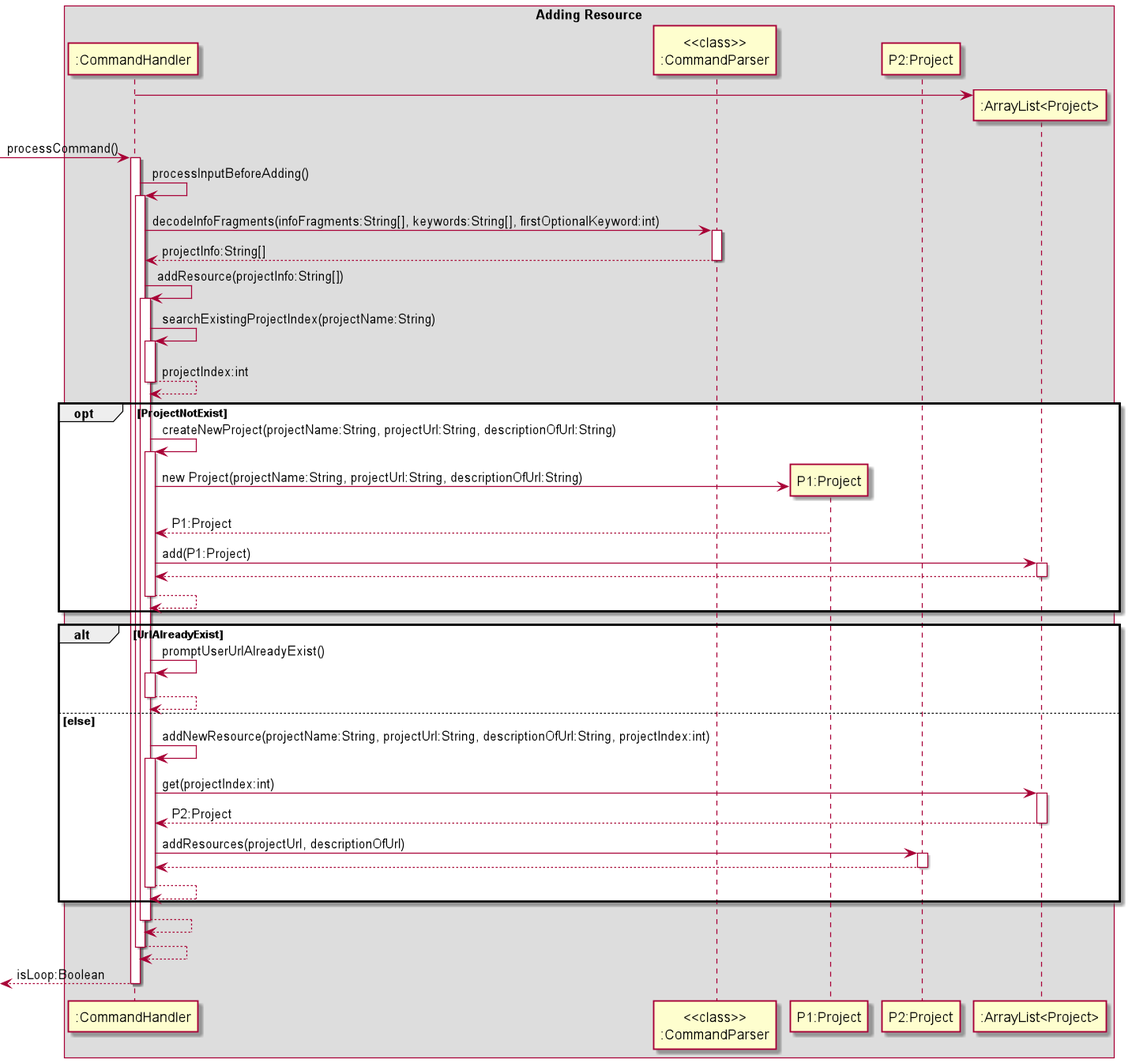
Earlier version of the PlantUML export docs/puml_img/Add.png (s-t-e-f/tp).
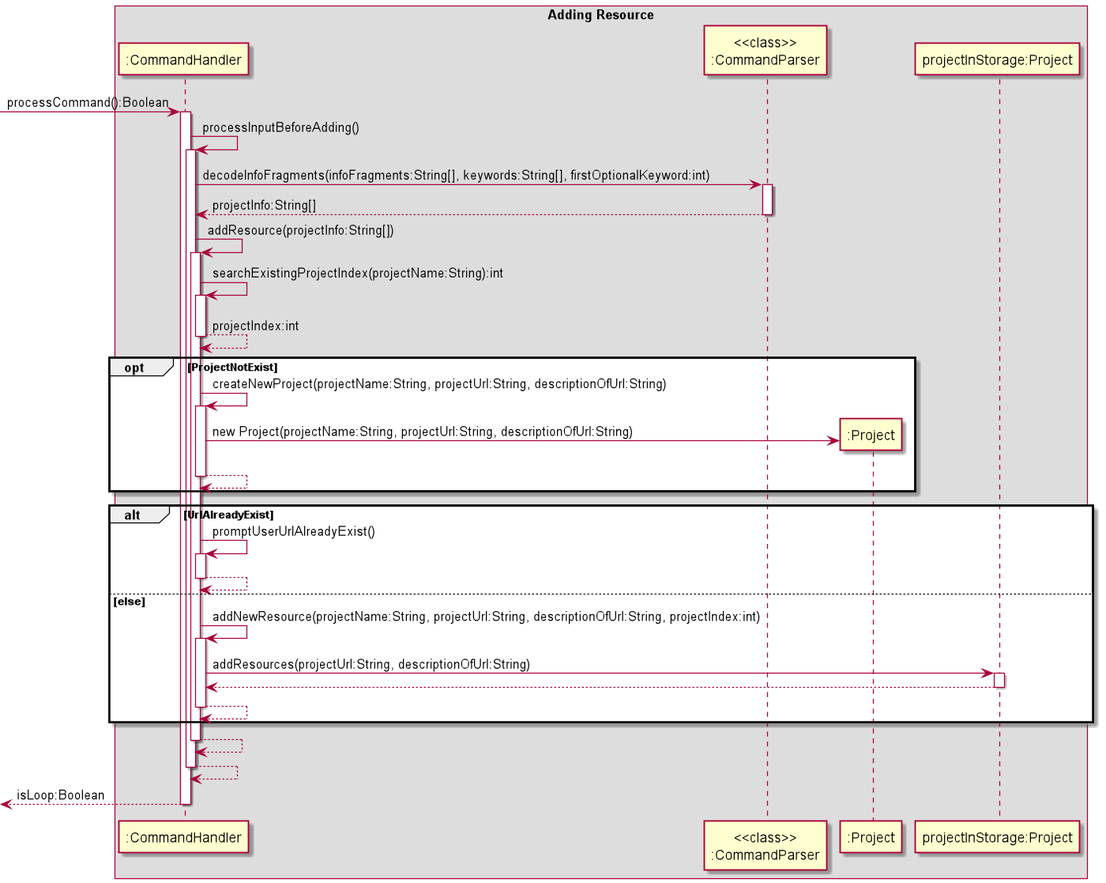
After the commit.

Commit message:
[Sam] simplified the sequence diagram

Change to the diagram source:
```diff
@@ -3,13 +3,10 @@
 box Adding Resource
 participant ":CommandHandler" as CH
 participant "<<class>>\n:CommandParser" as CP
-participant "P1:Project" as P1
-participant "P2:Project" as P2
-participant ":ArrayList<Project>" as PA
+participant ":Project" as P1
+participant "projectInStorage:Project" as P2
 
-create PA
-CH -> PA
-[-> CH: processCommand()
+[-> CH: processCommand():Boolean
 activate CH
 
 CH -> CH: processInputBeforeAdding()
@@ -22,7 +19,7 @@
 CH -> CH: addResource(projectInfo:String[])
 activate CH
 
-CH -> CH: searchExistingProjectIndex(projectName:String)
+CH -> CH: searchExistingProjectIndex(projectName:String):int
 activate CH
 return projectIndex:int
 
@@ -30,11 +27,7 @@
     CH -> CH: createNewProject(projectName:String, projectUrl:String, descriptionOfUrl:String)
     activate CH
     create P1
-    CH -> P1: new Project(projectName:String, projectUrl:String, descriptionOfUrl:String)
-    CH <-- P1: P1:Project
-    CH -> PA: add(P1:Project)
-    activate PA
-    return
+    CH -> P1:new Project(projectName:String, projectUrl:String, descriptionOfUrl:String)
     return
 end
 
@@ -45,10 +38,7 @@
 else else
     CH -> CH: addNewResource(projectName:String, projectUrl:String, descriptionOfUrl:String, projectIndex:int)
     activate CH
-    CH -> PA: get(projectIndex:int)
-    activate PA
-    return P2:Project
-    CH -> P2: addResources(projectUrl, descriptionOfUrl)
+    CH -> P2: addResources(projectUrl:String, descriptionOfUrl:String)
     activate P2
     return
     return
```
